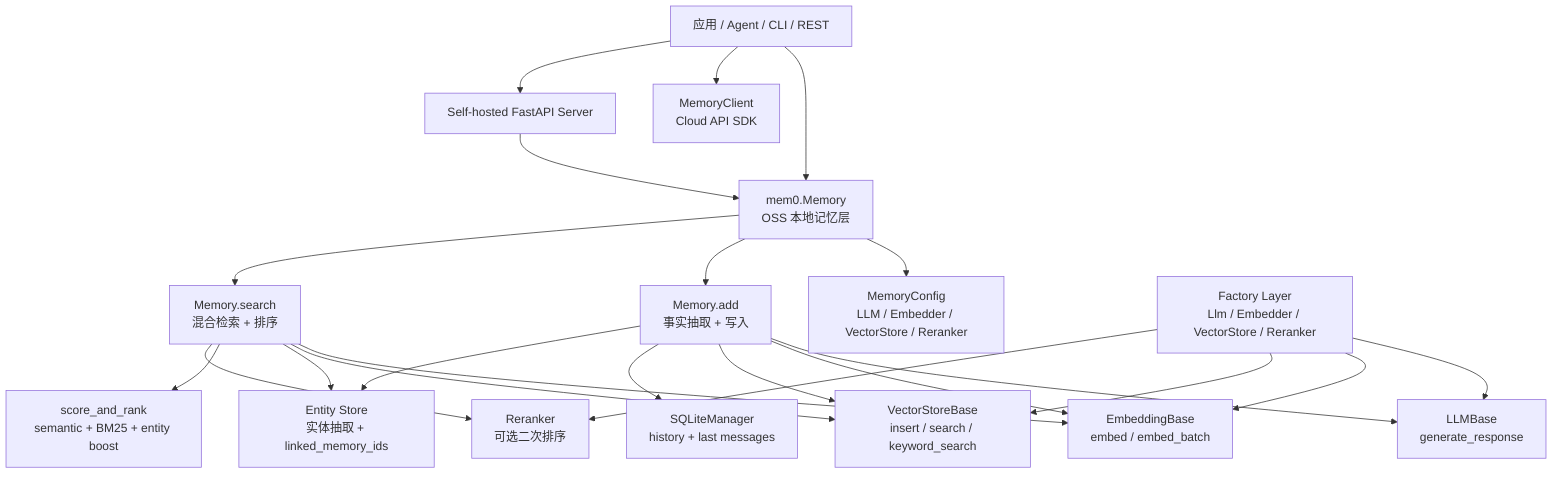
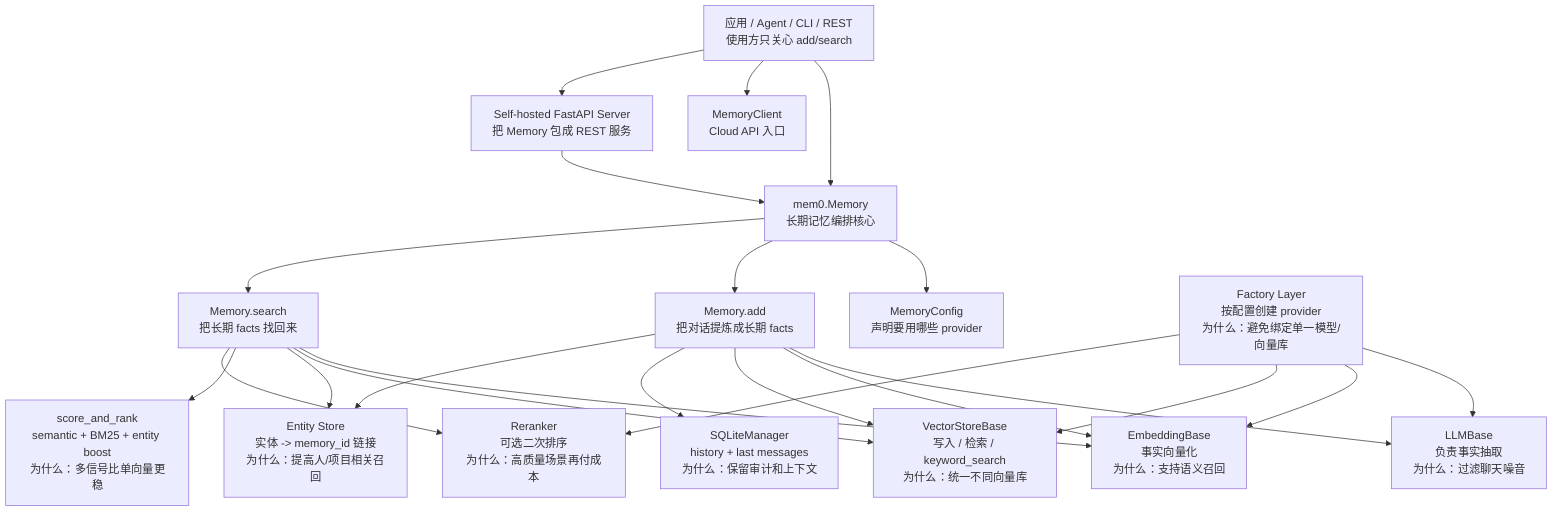
flowchart TB
-     App["应用 / Agent / CLI / REST"] --> OSS["mem0.Memory<br/>OSS 本地记忆层"]
-     App --> Client["MemoryClient<br/>Cloud API SDK"]
-     App --> Server["Self-hosted FastAPI Server"]
+     App["应用 / Agent / CLI / REST<br/>使用方只关心 add/search"] --> OSS["mem0.Memory<br/>长期记忆编排核心"]
+     App --> Client["MemoryClient<br/>Cloud API 入口"]
+     App --> Server["Self-hosted FastAPI Server<br/>把 Memory 包成 REST 服务"]
    Server --> OSS
-     OSS --> Config["MemoryConfig<br/>LLM / Embedder / VectorStore / Reranker"]
-     OSS --> Add["Memory.add<br/>事实抽取 + 写入"]
-     OSS --> Search["Memory.search<br/>混合检索 + 排序"]
-     Add --> LLM["LLMBase<br/>generate_response"]
-     Add --> Embedder["EmbeddingBase<br/>embed / embed_batch"]
-     Add --> Vector["VectorStoreBase<br/>insert / search / keyword_search"]
-     Add --> SQLite["SQLiteManager<br/>history + last messages"]
-     Add --> Entity["Entity Store<br/>实体抽取 + linked_memory_ids"]
+     OSS --> Config["MemoryConfig<br/>声明要用哪些 provider"]
+     OSS --> Add["Memory.add<br/>把对话提炼成长期 facts"]
+     OSS --> Search["Memory.search<br/>把长期 facts 找回来"]
+     Add --> LLM["LLMBase<br/>负责事实抽取<br/>为什么：过滤聊天噪音"]
+     Add --> Embedder["EmbeddingBase<br/>事实向量化<br/>为什么：支持语义召回"]
+     Add --> Vector["VectorStoreBase<br/>写入 / 检索 / keyword_search<br/>为什么：统一不同向量库"]
+     Add --> SQLite["SQLiteManager<br/>history + last messages<br/>为什么：保留审计和上下文"]
+     Add --> Entity["Entity Store<br/>实体 -> memory_id 链接<br/>为什么：提高人/项目相关召回"]
    Search --> Embedder
    Search --> Vector
    Search --> Entity
-     Search --> Scoring["score_and_rank<br/>semantic + BM25 + entity boost"]
-     Search --> Reranker["Reranker<br/>可选二次排序"]
-     Factory["Factory Layer<br/>Llm / Embedder / VectorStore / Reranker"] --> LLM
+     Search --> Scoring["score_and_rank<br/>semantic + BM25 + entity boost<br/>为什么：多信号比单向量更稳"]
+     Search --> Reranker["Reranker<br/>可选二次排序<br/>为什么：高质量场景再付成本"]
+     Factory["Factory Layer<br/>按配置创建 provider<br/>为什么：避免绑定单一模型/向量库"] --> LLM
    Factory --> Embedder
    Factory --> Vector
    Factory --> Reranker
